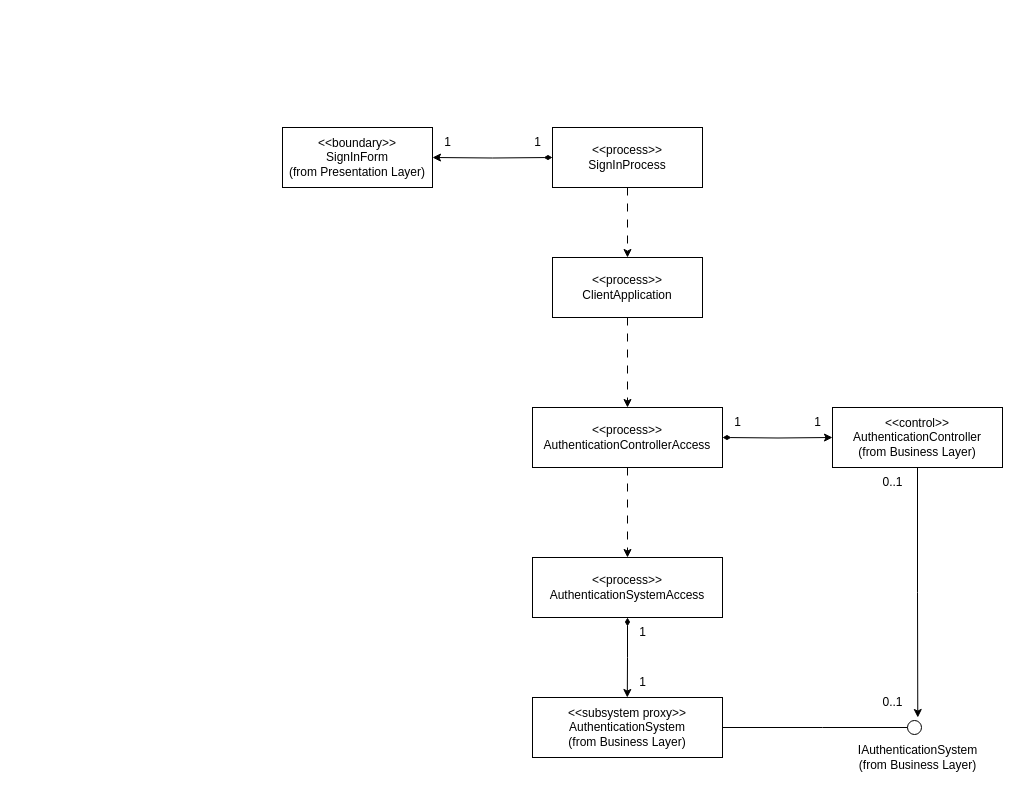
tenmo2003/OOAD keeps this draw.io diagram as page "SignInProcessModel" (2 of 21) of OOAD.drawio. Above is the earlier version. Source tidied: cells renumbered, new cells numbered last; positions are measured from the earlier drawing's top-left corner, leaving out a move shared by most shapes. Both pictures are drawn from the tidied source at 100%, with x=0, y=0 at pixel (282, 127).
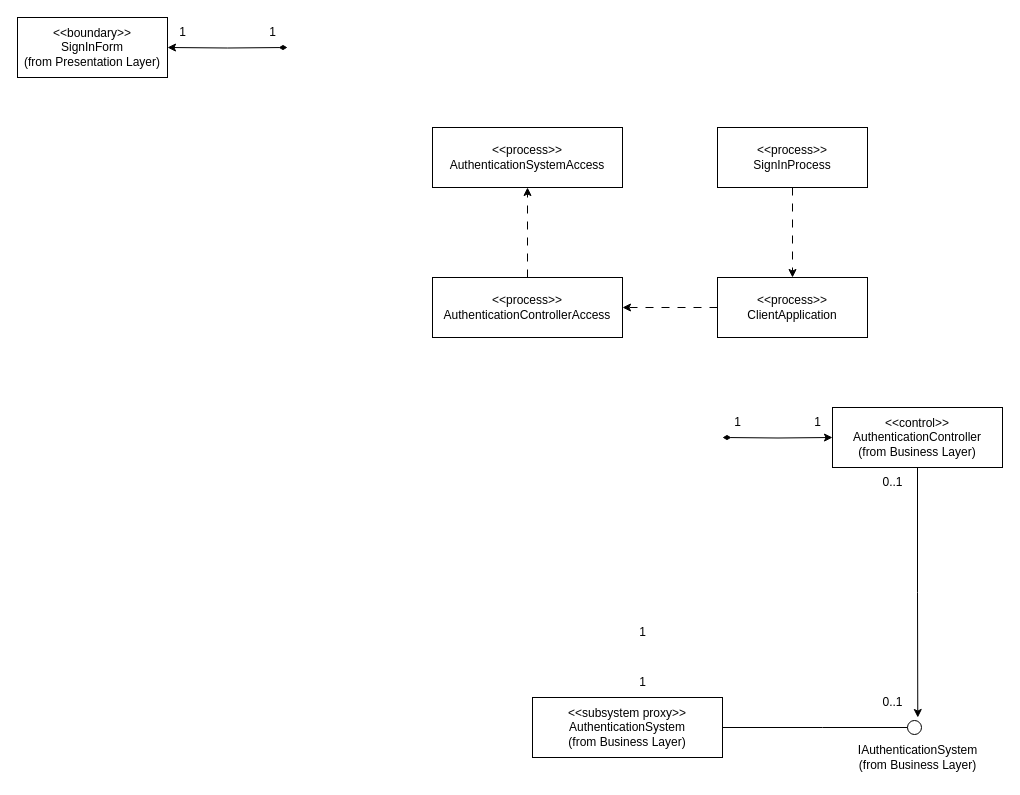
The same page after the edit.

The edit, as a diff of the source:
```diff
@@
     <mxCell id="2" value="&amp;lt;&amp;lt;boundary&amp;gt;&amp;gt;&lt;div&gt;SignInForm&lt;/div&gt;&lt;div&gt;(from Presentation Layer)&lt;/div&gt;" style="whiteSpace=wrap;html=1;" parent="1" vertex="1">
-      <mxGeometry width="150" height="60" as="geometry" />
+      <mxGeometry x="-265" y="-110" width="150" height="60" as="geometry" />
     </mxCell>
-    <mxCell id="3" style="edgeStyle=orthogonalEdgeStyle;rounded=0;jettySize=auto;html=1;exitX=0.5;exitY=1;exitDx=0;exitDy=0;entryX=0.5;entryY=0;entryDx=0;entryDy=0;dashed=1;dashPattern=8 8;" parent="1" edge="1" source="5" target="22">
+    <mxCell id="3" style="edgeStyle=orthogonalEdgeStyle;rounded=0;jettySize=auto;html=1;exitX=0;exitY=0.5;exitDx=0;exitDy=0;entryX=1;entryY=0.5;entryDx=0;entryDy=0;dashed=1;dashPattern=8 8;" parent="1" edge="1" source="5" target="22">
       <mxGeometry relative="1" as="geometry" />
     </mxCell>
     <mxCell id="4" style="edgeStyle=orthogonalEdgeStyle;rounded=0;jettySize=auto;html=1;exitX=0;exitY=0.5;exitDx=0;exitDy=0;entryX=1;entryY=0.5;entryDx=0;entryDy=0;endArrow=classic;endFill=1;startArrow=diamondThin;startFill=1;" parent="1" edge="1" target="2">
       <mxGeometry relative="1" as="geometry">
-        <mxPoint x="270" y="30" as="sourcePoint" />
+        <mxPoint x="5" y="-80" as="sourcePoint" />
       </mxGeometry>
     </mxCell>
     <mxCell id="5" value="&amp;lt;&amp;lt;process&amp;gt;&amp;gt;&lt;div&gt;ClientApplication&lt;/div&gt;" style="whiteSpace=wrap;html=1;" parent="1" vertex="1">
-      <mxGeometry x="270" y="130" width="150" height="60" as="geometry" />
+      <mxGeometry x="435" y="150" width="150" height="60" as="geometry" />
     </mxCell>
-    <mxCell id="6" style="edgeStyle=orthogonalEdgeStyle;rounded=0;jettySize=auto;html=1;exitX=0.5;exitY=1;exitDx=0;exitDy=0;startArrow=diamondThin;startFill=1;" parent="1" edge="1" source="8">
-      <mxGeometry relative="1" as="geometry">
-        <mxPoint x="344.8" y="570" as="targetPoint" />
-      </mxGeometry>
-    </mxCell>
@@
     <mxCell id="8" value="&amp;lt;&amp;lt;process&amp;gt;&amp;gt;&lt;div&gt;AuthenticationSystemAccess&lt;/div&gt;" style="whiteSpace=wrap;html=1;" parent="1" vertex="1">
-      <mxGeometry x="250" y="430" width="190" height="60" as="geometry" />
+      <mxGeometry x="150" width="190" height="60" as="geometry" />
     </mxCell>
     <mxCell id="9" value="1" style="text;html=1;align=center;verticalAlign=middle;strokeColor=none;fillColor=none;" parent="1" vertex="1">
-      <mxGeometry x="150" width="30" height="30" as="geometry" />
+      <mxGeometry x="-115" y="-110" width="30" height="30" as="geometry" />
     </mxCell>
     <mxCell id="10" value="1" style="text;html=1;align=center;verticalAlign=middle;strokeColor=none;fillColor=none;" parent="1" vertex="1">
-      <mxGeometry x="240" width="30" height="30" as="geometry" />
+      <mxGeometry x="-25" y="-110" width="30" height="30" as="geometry" />
     </mxCell>
@@
     <mxCell id="22" value="&amp;lt;&amp;lt;process&amp;gt;&amp;gt;&lt;div&gt;AuthenticationController&lt;span style=&quot;background-color: initial;&quot;&gt;Access&lt;/span&gt;&lt;/div&gt;" style="whiteSpace=wrap;html=1;" parent="1" vertex="1">
-      <mxGeometry x="250" y="280" width="190" height="60" as="geometry" />
+      <mxGeometry x="150" y="150" width="190" height="60" as="geometry" />
     </mxCell>
-    <mxCell id="23" style="edgeStyle=orthogonalEdgeStyle;rounded=0;jettySize=auto;html=1;exitX=0.5;exitY=1;exitDx=0;exitDy=0;entryX=0.5;entryY=0;entryDx=0;entryDy=0;dashed=1;dashPattern=8 8;" parent="1" edge="1" source="22" target="8">
+    <mxCell id="23" style="edgeStyle=orthogonalEdgeStyle;rounded=0;jettySize=auto;html=1;exitX=0.5;exitY=0;exitDx=0;exitDy=0;entryX=0.5;entryY=1;entryDx=0;entryDy=0;dashed=1;dashPattern=8 8;" parent="1" edge="1" source="22" target="8">
       <mxGeometry relative="1" as="geometry" />
     </mxCell>
     <mxCell id="24" value="&amp;lt;&amp;lt;process&amp;gt;&amp;gt;&lt;div&gt;SignInProcess&lt;/div&gt;" style="whiteSpace=wrap;html=1;" parent="1" vertex="1">
-      <mxGeometry x="270" width="150" height="60" as="geometry" />
+      <mxGeometry x="435" width="150" height="60" as="geometry" />
     </mxCell>
```
